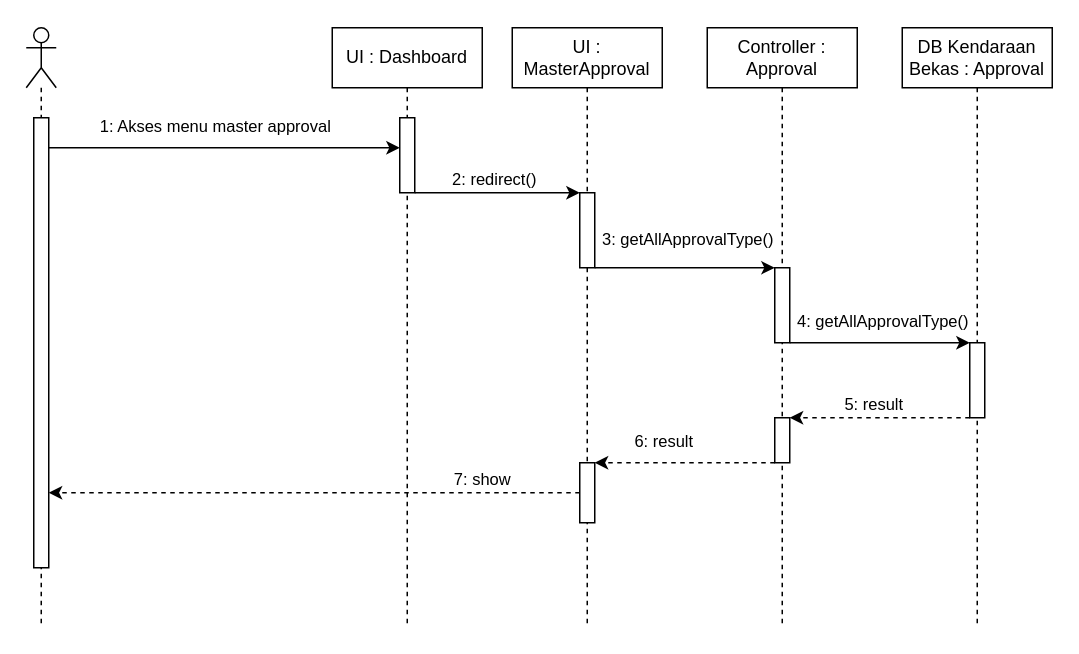
Above: page "Show Approval Type" (16 of 27) of UML/Sequence Web.drawio in DevinWilliady/KendaraanBekasUML (draw.io), before the change. Source tidied: cells renumbered, new cells numbered last; positions are measured from the earlier drawing's top-left corner, leaving out a move shared by most shapes. Both pictures are drawn from the tidied source at 150%, with x=0, y=0 at pixel (26, 27).
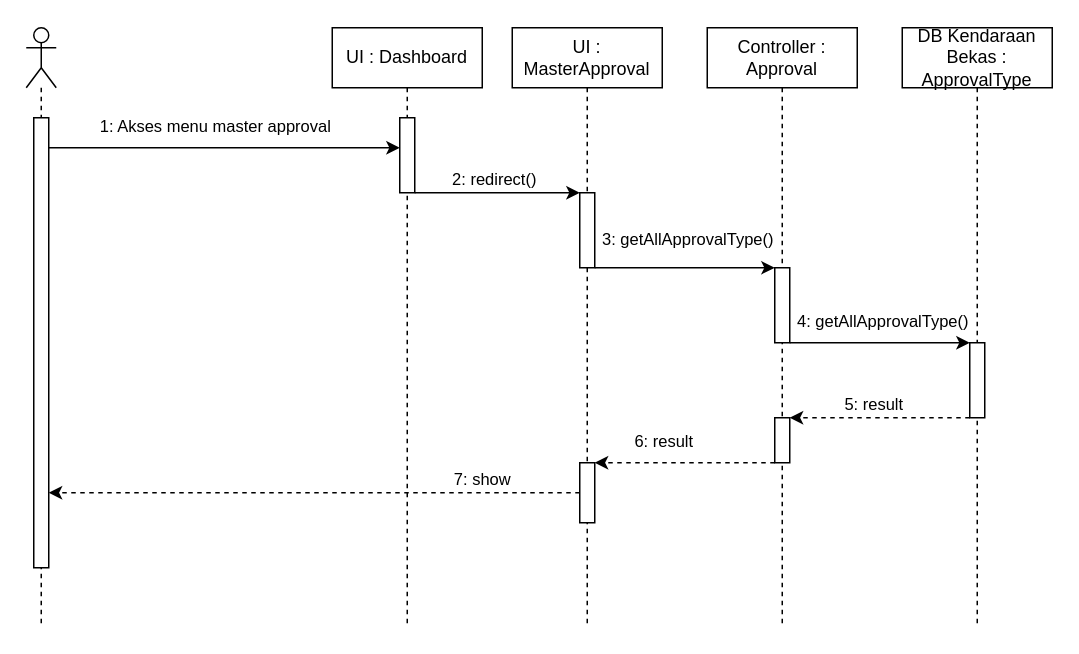
The same diagram, later.

What changed in the source:
```diff
@@
-    <mxCell id="16" value="DB Kendaraan Bekas : Approval" style="shape=umlLifeline;perimeter=lifelinePerimeter;whiteSpace=wrap;html=1;" parent="1" vertex="1">
+    <mxCell id="16" value="DB Kendaraan Bekas : ApprovalType" style="shape=umlLifeline;perimeter=lifelinePerimeter;whiteSpace=wrap;html=1;" parent="1" vertex="1">
       <mxGeometry x="584" width="100" height="400" as="geometry" />
     </mxCell>
```
